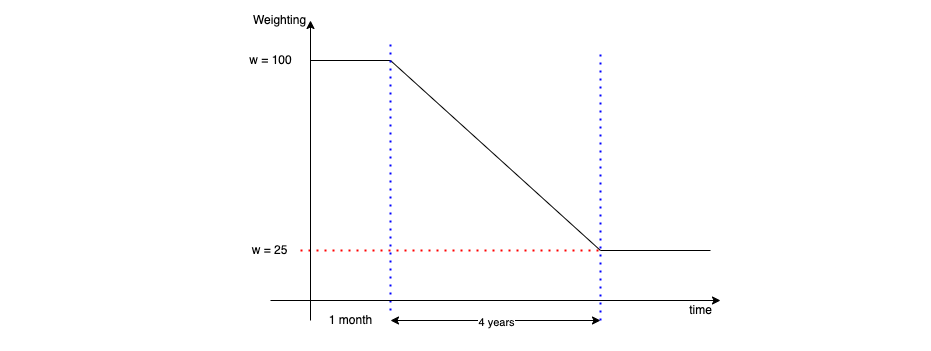
Before: docs/imgs/weighting-function.png, a diagram exported from draw.io (aurora-is-near/aurora-staking-contracts). Source tidied: cells renumbered, new cells last; positions are measured from the earlier drawing's top-left corner, leaving out a move shared by most shapes. The source it was exported from:
```xml
<mxGraphModel>
  <root>
    <mxCell id="0" />
    <mxCell id="1" parent="0" />
    <mxCell id="2" style="rounded=0;whiteSpace=wrap;html=1;strokeColor=none;" parent="1" vertex="1">
      <mxGeometry width="930" height="350" as="geometry" />
    </mxCell>
    <mxCell id="3" style="endArrow=none;html=1;rounded=0;" parent="1" edge="1">
      <mxGeometry relative="1" as="geometry">
        <mxPoint x="310" y="60" as="sourcePoint" />
        <mxPoint x="390" y="60" as="targetPoint" />
      </mxGeometry>
    </mxCell>
    <mxCell id="4" value="w = 100" style="text;html=1;align=center;verticalAlign=middle;strokeColor=none;fillColor=none;" parent="1" vertex="1">
      <mxGeometry x="240" y="50" width="60" height="20" as="geometry" />
    </mxCell>
    <mxCell id="5" value="1 month" style="text;html=1;align=center;verticalAlign=middle;strokeColor=none;fillColor=none;" parent="1" vertex="1">
      <mxGeometry x="320" y="310" width="60" height="20" as="geometry" />
    </mxCell>
    <mxCell id="6" style="endArrow=none;html=1;rounded=0;" parent="1" edge="1">
      <mxGeometry relative="1" as="geometry">
        <mxPoint x="390" y="60" as="sourcePoint" />
        <mxPoint x="600" y="250" as="targetPoint" />
      </mxGeometry>
    </mxCell>
    <mxCell id="7" style="endArrow=classic;startArrow=classic;html=1;rounded=0;" parent="1" edge="1">
      <mxGeometry relative="1" as="geometry">
        <mxPoint x="390" y="320" as="sourcePoint" />
        <mxPoint x="600" y="320" as="targetPoint" />
      </mxGeometry>
    </mxCell>
    <mxCell id="8" value="4 years" style="edgeLabel;html=1;align=center;verticalAlign=middle;" parent="7" vertex="1">
      <mxGeometry y="-1" relative="1" as="geometry" />
    </mxCell>
    <mxCell id="9" value="w = 25" style="text;html=1;align=center;verticalAlign=middle;strokeColor=none;fillColor=none;" parent="1" vertex="1">
      <mxGeometry x="244" y="240" width="50" height="20" as="geometry" />
    </mxCell>
    <mxCell id="10" style="endArrow=none;html=1;rounded=0;" parent="1" edge="1">
      <mxGeometry relative="1" as="geometry">
        <mxPoint x="600" y="250" as="sourcePoint" />
        <mxPoint x="710" y="250" as="targetPoint" />
      </mxGeometry>
    </mxCell>
    <mxCell id="11" style="endArrow=none;dashed=1;html=1;dashPattern=1 3;strokeWidth=2;rounded=0;strokeColor=#0000FF;" parent="1" edge="1">
      <mxGeometry relative="1" as="geometry">
        <mxPoint x="390" y="310" as="sourcePoint" />
        <mxPoint x="390" y="40" as="targetPoint" />
      </mxGeometry>
    </mxCell>
    <mxCell id="12" style="endArrow=none;dashed=1;html=1;dashPattern=1 3;strokeWidth=2;rounded=0;strokeColor=#0000FF;" parent="1" edge="1">
      <mxGeometry relative="1" as="geometry">
        <mxPoint x="600" y="320" as="sourcePoint" />
        <mxPoint x="600" y="50" as="targetPoint" />
      </mxGeometry>
    </mxCell>
    <mxCell id="13" style="endArrow=none;dashed=1;html=1;dashPattern=1 3;strokeWidth=2;rounded=0;strokeColor=#FF0000;" parent="1" edge="1">
      <mxGeometry relative="1" as="geometry">
        <mxPoint x="300" y="250" as="sourcePoint" />
        <mxPoint x="600" y="250" as="targetPoint" />
      </mxGeometry>
    </mxCell>
    <mxCell id="14" style="endArrow=classic;html=1;rounded=0;" parent="1" edge="1">
      <mxGeometry relative="1" as="geometry">
        <mxPoint x="270" y="300" as="sourcePoint" />
        <mxPoint x="720" y="300" as="targetPoint" />
      </mxGeometry>
    </mxCell>
    <mxCell id="15" value="time" style="text;html=1;align=center;verticalAlign=middle;strokeColor=none;fillColor=none;" parent="1" vertex="1">
      <mxGeometry x="680" y="300" width="40" height="20" as="geometry" />
    </mxCell>
    <mxCell id="16" style="endArrow=classic;html=1;rounded=0;" parent="1" edge="1">
      <mxGeometry relative="1" as="geometry">
        <mxPoint x="310" y="320" as="sourcePoint" />
        <mxPoint x="310" y="20" as="targetPoint" />
      </mxGeometry>
    </mxCell>
    <mxCell id="17" value="Weighting" style="text;html=1;align=center;verticalAlign=middle;strokeColor=none;fillColor=none;" parent="1" vertex="1">
      <mxGeometry x="244" y="10" width="70" height="20" as="geometry" />
    </mxCell>
  </root>
</mxGraphModel>
```
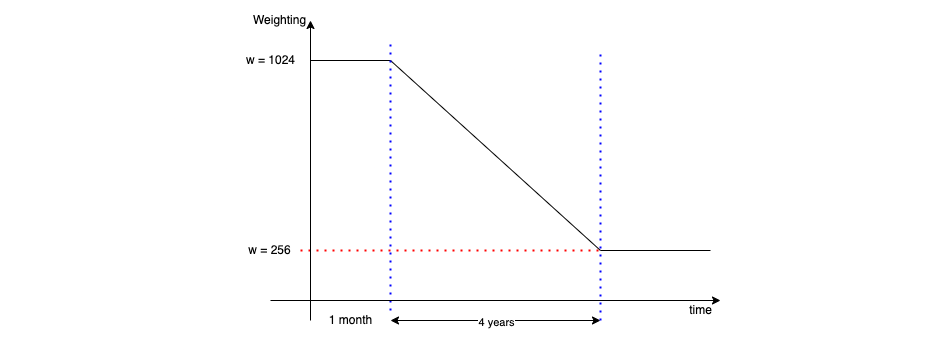
Above is the later version.

The edit, as a diff of the source:
```diff
@@ -11,7 +11,7 @@
         <mxPoint x="390" y="60" as="targetPoint" />
       </mxGeometry>
     </mxCell>
-    <mxCell id="4" value="w = 100" style="text;html=1;align=center;verticalAlign=middle;strokeColor=none;fillColor=none;" parent="1" vertex="1">
+    <mxCell id="4" value="w = 1024" style="text;html=1;align=center;verticalAlign=middle;strokeColor=none;fillColor=none;" parent="1" vertex="1">
       <mxGeometry x="240" y="50" width="60" height="20" as="geometry" />
     </mxCell>
     <mxCell id="5" value="1 month" style="text;html=1;align=center;verticalAlign=middle;strokeColor=none;fillColor=none;" parent="1" vertex="1">
@@ -32,8 +32,8 @@
     <mxCell id="8" value="4 years" style="edgeLabel;html=1;align=center;verticalAlign=middle;" parent="7" vertex="1">
       <mxGeometry y="-1" relative="1" as="geometry" />
     </mxCell>
-    <mxCell id="9" value="w = 25" style="text;html=1;align=center;verticalAlign=middle;strokeColor=none;fillColor=none;" parent="1" vertex="1">
-      <mxGeometry x="244" y="240" width="50" height="20" as="geometry" />
+    <mxCell id="9" value="w = 256" style="text;html=1;align=center;verticalAlign=middle;strokeColor=none;fillColor=none;" parent="1" vertex="1">
+      <mxGeometry x="239" y="240" width="60" height="20" as="geometry" />
     </mxCell>
     <mxCell id="10" style="endArrow=none;html=1;rounded=0;" parent="1" edge="1">
       <mxGeometry relative="1" as="geometry">
```
